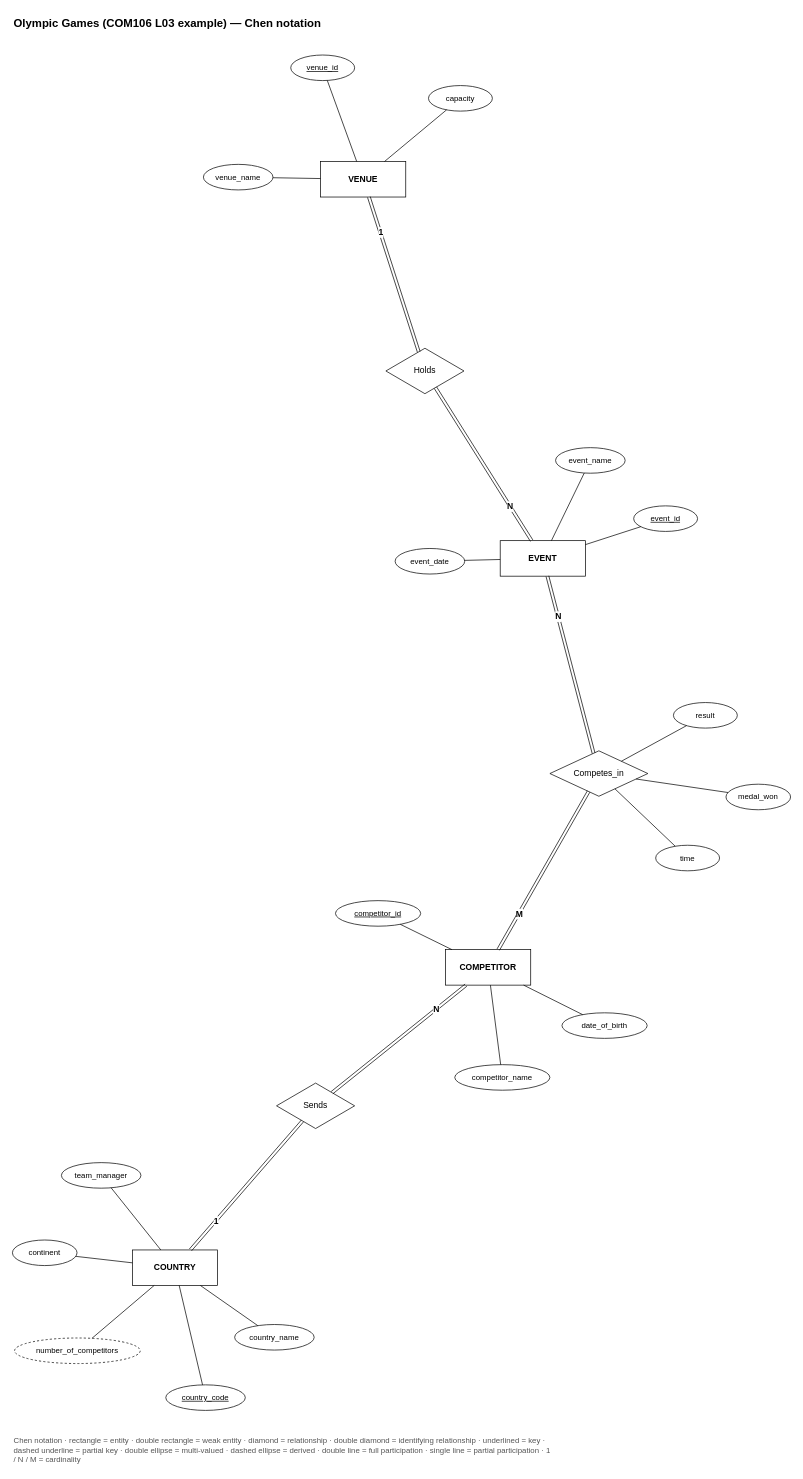
Earlier version of the draw.io diagram skills/drawio-skill/examples/erd-chen/olympics-chen.drawio (pearsekeenan23/drawio-skill). Source tidied: cells renumbered, new cells numbered last; positions are measured from the earlier drawing's top-left corner, leaving out a move shared by most shapes. Both pictures are drawn from the tidied source at 71%, with x=0, y=0 at pixel (12, 12).
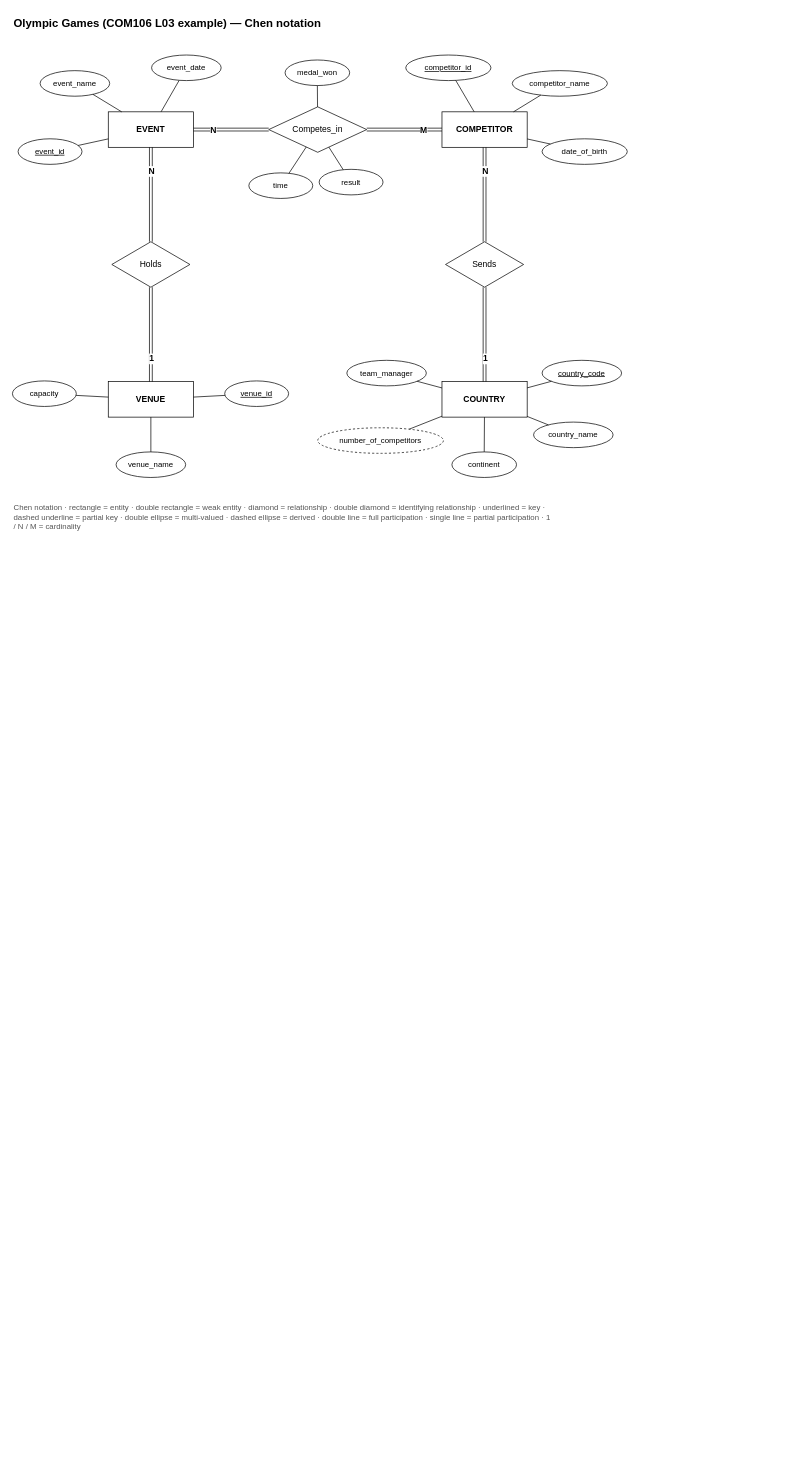
Above is the later version.

Unchanged cells that the change refers to:
```xml
<mxCell id="36" style="shape=link;html=1;rounded=0;strokeColor=#000000;" parent="1" edge="1" source="3" target="35">
  <mxGeometry relative="1" as="geometry" />
</mxCell>
<mxCell id="38" style="shape=link;html=1;rounded=0;strokeColor=#000000;" parent="1" edge="1" source="14" target="35">
  <mxGeometry relative="1" as="geometry" />
</mxCell>
<mxCell id="41" style="shape=link;html=1;rounded=0;strokeColor=#000000;" parent="1" edge="1" source="14" target="40">
  <mxGeometry relative="1" as="geometry" />
</mxCell>
<mxCell id="43" style="shape=link;html=1;rounded=0;strokeColor=#000000;" parent="1" edge="1" source="21" target="40">
  <mxGeometry relative="1" as="geometry" />
</mxCell>
<mxCell id="52" style="shape=link;html=1;rounded=0;strokeColor=#000000;" parent="1" edge="1" source="28" target="51">
  <mxGeometry relative="1" as="geometry" />
</mxCell>
<mxCell id="54" style="shape=link;html=1;rounded=0;strokeColor=#000000;" parent="1" edge="1" source="21" target="51">
  <mxGeometry relative="1" as="geometry" />
</mxCell>
```

The edit, as a diff of the source:
```diff
@@
     <mxCell id="2" value="Olympic Games (COM106 L03 example) — Chen notation" style="text;html=1;fontSize=16;fontStyle=1;align=left;verticalAlign=middle;" parent="1" vertex="1">
-      <mxGeometry width="600" height="30" as="geometry" />
+      <mxGeometry width="700" height="30" as="geometry" />
     </mxCell>
     <mxCell id="3" value="COUNTRY" style="rounded=0;whiteSpace=wrap;html=1;fontStyle=1;fillColor=#ffffff;strokeColor=#000000;" parent="1" vertex="1">
-      <mxGeometry x="169" y="1743" width="120" height="50" as="geometry" />
+      <mxGeometry x="605" y="520" width="120" height="50" as="geometry" />
     </mxCell>
-    <mxCell id="4" value="country_code" style="ellipse;whiteSpace=wrap;html=1;fillColor=#ffffff;strokeColor=#000000;fontSize=11;fontStyle=4;" parent="1" vertex="1">
-      <mxGeometry x="216" y="1933" width="112" height="36" as="geometry" />
-    </mxCell>
-    <mxCell id="5" style="endArrow=none;html=1;rounded=0;strokeColor=#000000;" parent="1" edge="1" source="3" target="4">
-      <mxGeometry relative="1" as="geometry" />
-    </mxCell>
+    <mxCell id="14" value="COMPETITOR" style="rounded=0;whiteSpace=wrap;html=1;fontStyle=1;fillColor=#ffffff;strokeColor=#000000;" parent="1" vertex="1">
+      <mxGeometry x="605" y="140" width="120" height="50" as="geometry" />
+    </mxCell>
+    <mxCell id="21" value="EVENT" style="rounded=0;whiteSpace=wrap;html=1;fontStyle=1;fillColor=#ffffff;strokeColor=#000000;" parent="1" vertex="1">
+      <mxGeometry x="135" y="140" width="120" height="50" as="geometry" />
+    </mxCell>
+    <mxCell id="28" value="VENUE" style="rounded=0;whiteSpace=wrap;html=1;fontStyle=1;fillColor=#ffffff;strokeColor=#000000;" parent="1" vertex="1">
+      <mxGeometry x="135" y="520" width="120" height="50" as="geometry" />
+    </mxCell>
+    <mxCell id="35" value="Sends" style="shape=rhombus;perimeter=rhombusPerimeter;whiteSpace=wrap;html=1;fillColor=#ffffff;strokeColor=#000000;" parent="1" vertex="1">
+      <mxGeometry x="610" y="323" width="110" height="64" as="geometry" />
+    </mxCell>
+    <mxCell id="40" value="Competes_in" style="shape=rhombus;perimeter=rhombusPerimeter;whiteSpace=wrap;html=1;fillColor=#ffffff;strokeColor=#000000;" parent="1" vertex="1">
+      <mxGeometry x="361" y="133" width="138" height="64" as="geometry" />
+    </mxCell>
+    <mxCell id="51" value="Holds" style="shape=rhombus;perimeter=rhombusPerimeter;whiteSpace=wrap;html=1;fillColor=#ffffff;strokeColor=#000000;" parent="1" vertex="1">
+      <mxGeometry x="140" y="323" width="110" height="64" as="geometry" />
+    </mxCell>
+    <mxCell id="10" value="country_code" style="ellipse;whiteSpace=wrap;html=1;fillColor=#ffffff;strokeColor=#000000;fontSize=11;fontStyle=4;" parent="1" vertex="1">
+      <mxGeometry x="746" y="490" width="112" height="36" as="geometry" />
+    </mxCell>
     <mxCell id="6" value="country_name" style="ellipse;whiteSpace=wrap;html=1;fillColor=#ffffff;strokeColor=#000000;fontSize=11;" parent="1" vertex="1">
-      <mxGeometry x="313" y="1848" width="112" height="36" as="geometry" />
+      <mxGeometry x="734" y="577" width="112" height="36" as="geometry" />
     </mxCell>
-    <mxCell id="7" style="endArrow=none;html=1;rounded=0;strokeColor=#000000;" parent="1" edge="1" source="3" target="6">
-      <mxGeometry relative="1" as="geometry" />
-    </mxCell>
-    <mxCell id="8" value="continent" style="ellipse;whiteSpace=wrap;html=1;fillColor=#ffffff;strokeColor=#000000;fontSize=11;" parent="1" vertex="1">
-      <mxGeometry y="1729" width="91" height="36" as="geometry" />
-    </mxCell>
-    <mxCell id="9" style="endArrow=none;html=1;rounded=0;strokeColor=#000000;" parent="1" edge="1" source="3" target="8">
-      <mxGeometry relative="1" as="geometry" />
-    </mxCell>
-    <mxCell id="10" value="number_of_competitors" style="ellipse;whiteSpace=wrap;html=1;fillColor=#ffffff;strokeColor=#000000;fontSize=11;dashed=1;" parent="1" vertex="1">
-      <mxGeometry x="3" y="1867" width="177" height="36" as="geometry" />
-    </mxCell>
-    <mxCell id="11" style="endArrow=none;html=1;rounded=0;strokeColor=#000000;" parent="1" edge="1" source="3" target="10">
-      <mxGeometry relative="1" as="geometry" />
-    </mxCell>
-    <mxCell id="12" value="team_manager" style="ellipse;whiteSpace=wrap;html=1;fillColor=#ffffff;strokeColor=#000000;fontSize=11;" parent="1" vertex="1">
-      <mxGeometry x="69" y="1620" width="112" height="36" as="geometry" />
+    <mxCell id="12" value="continent" style="ellipse;whiteSpace=wrap;html=1;fillColor=#ffffff;strokeColor=#000000;fontSize=11;" parent="1" vertex="1">
+      <mxGeometry x="619" y="619" width="91" height="36" as="geometry" />
     </mxCell>
-    <mxCell id="13" style="endArrow=none;html=1;rounded=0;strokeColor=#000000;" parent="1" edge="1" source="3" target="12">
-      <mxGeometry relative="1" as="geometry" />
-    </mxCell>
-    <mxCell id="14" value="COMPETITOR" style="rounded=0;whiteSpace=wrap;html=1;fontStyle=1;fillColor=#ffffff;strokeColor=#000000;" parent="1" vertex="1">
-      <mxGeometry x="610" y="1320" width="120" height="50" as="geometry" />
-    </mxCell>
+    <mxCell id="57" value="number_of_competitors" style="ellipse;whiteSpace=wrap;html=1;fillColor=#ffffff;strokeColor=#000000;fontSize=11;dashed=1;" parent="1" vertex="1">
+      <mxGeometry x="430" y="585" width="177" height="36" as="geometry" />
+    </mxCell>
+    <mxCell id="58" value="team_manager" style="ellipse;whiteSpace=wrap;html=1;fillColor=#ffffff;strokeColor=#000000;fontSize=11;" parent="1" vertex="1">
+      <mxGeometry x="471" y="490" width="112" height="36" as="geometry" />
+    </mxCell>
     <mxCell id="15" value="competitor_id" style="ellipse;whiteSpace=wrap;html=1;fillColor=#ffffff;strokeColor=#000000;fontSize=11;fontStyle=4;" parent="1" vertex="1">
-      <mxGeometry x="455" y="1251" width="120" height="36" as="geometry" />
+      <mxGeometry x="554" y="60" width="120" height="36" as="geometry" />
     </mxCell>
-    <mxCell id="16" style="endArrow=none;html=1;rounded=0;strokeColor=#000000;" parent="1" edge="1" source="14" target="15">
-      <mxGeometry relative="1" as="geometry" />
-    </mxCell>
+    <mxCell id="59" value="competitor_name" style="ellipse;whiteSpace=wrap;html=1;fillColor=#ffffff;strokeColor=#000000;fontSize=11;" parent="1" vertex="1">
+      <mxGeometry x="704" y="82" width="134" height="36" as="geometry" />
+    </mxCell>
-    <mxCell id="17" value="competitor_name" style="ellipse;whiteSpace=wrap;html=1;fillColor=#ffffff;strokeColor=#000000;fontSize=11;" parent="1" vertex="1">
-      <mxGeometry x="623" y="1482" width="134" height="36" as="geometry" />
+    <mxCell id="17" value="date_of_birth" style="ellipse;whiteSpace=wrap;html=1;fillColor=#ffffff;strokeColor=#000000;fontSize=11;" parent="1" vertex="1">
+      <mxGeometry x="746" y="178" width="120" height="36" as="geometry" />
     </mxCell>
-    <mxCell id="18" style="endArrow=none;html=1;rounded=0;strokeColor=#000000;" parent="1" edge="1" source="14" target="17">
-      <mxGeometry relative="1" as="geometry" />
-    </mxCell>
+    <mxCell id="60" value="event_id" style="ellipse;whiteSpace=wrap;html=1;fillColor=#ffffff;strokeColor=#000000;fontSize=11;fontStyle=4;" parent="1" vertex="1">
+      <mxGeometry x="8" y="178" width="90" height="36" as="geometry" />
+    </mxCell>
-    <mxCell id="19" value="date_of_birth" style="ellipse;whiteSpace=wrap;html=1;fillColor=#ffffff;strokeColor=#000000;fontSize=11;" parent="1" vertex="1">
-      <mxGeometry x="774" y="1409" width="120" height="36" as="geometry" />
+    <mxCell id="19" value="event_name" style="ellipse;whiteSpace=wrap;html=1;fillColor=#ffffff;strokeColor=#000000;fontSize=11;" parent="1" vertex="1">
+      <mxGeometry x="39" y="82" width="98" height="36" as="geometry" />
     </mxCell>
-    <mxCell id="20" style="endArrow=none;html=1;rounded=0;strokeColor=#000000;" parent="1" edge="1" source="14" target="19">
-      <mxGeometry relative="1" as="geometry" />
-    </mxCell>
-    <mxCell id="21" value="EVENT" style="rounded=0;whiteSpace=wrap;html=1;fontStyle=1;fillColor=#ffffff;strokeColor=#000000;" parent="1" vertex="1">
-      <mxGeometry x="687" y="744" width="120" height="50" as="geometry" />
-    </mxCell>
+    <mxCell id="61" value="event_date" style="ellipse;whiteSpace=wrap;html=1;fillColor=#ffffff;strokeColor=#000000;fontSize=11;" parent="1" vertex="1">
+      <mxGeometry x="196" y="60" width="98" height="36" as="geometry" />
+    </mxCell>
+    <mxCell id="29" value="venue_id" style="ellipse;whiteSpace=wrap;html=1;fillColor=#ffffff;strokeColor=#000000;fontSize=11;fontStyle=4;" parent="1" vertex="1">
+      <mxGeometry x="299" y="519" width="90" height="36" as="geometry" />
+    </mxCell>
-    <mxCell id="22" value="event_id" style="ellipse;whiteSpace=wrap;html=1;fillColor=#ffffff;strokeColor=#000000;fontSize=11;fontStyle=4;" parent="1" vertex="1">
-      <mxGeometry x="875" y="695" width="90" height="36" as="geometry" />
+    <mxCell id="22" value="venue_name" style="ellipse;whiteSpace=wrap;html=1;fillColor=#ffffff;strokeColor=#000000;fontSize=11;" parent="1" vertex="1">
+      <mxGeometry x="146" y="619" width="98" height="36" as="geometry" />
     </mxCell>
-    <mxCell id="23" style="endArrow=none;html=1;rounded=0;strokeColor=#000000;" parent="1" edge="1" source="21" target="22">
-      <mxGeometry relative="1" as="geometry" />
-    </mxCell>
+    <mxCell id="33" value="capacity" style="ellipse;whiteSpace=wrap;html=1;fillColor=#ffffff;strokeColor=#000000;fontSize=11;" parent="1" vertex="1">
+      <mxGeometry y="519" width="90" height="36" as="geometry" />
+    </mxCell>
-    <mxCell id="24" value="event_name" style="ellipse;whiteSpace=wrap;html=1;fillColor=#ffffff;strokeColor=#000000;fontSize=11;" parent="1" vertex="1">
-      <mxGeometry x="765" y="613" width="98" height="36" as="geometry" />
+    <mxCell id="24" value="result" style="ellipse;whiteSpace=wrap;html=1;fillColor=#ffffff;strokeColor=#000000;fontSize=11;" parent="1" vertex="1">
+      <mxGeometry x="432" y="221" width="90" height="36" as="geometry" />
     </mxCell>
-    <mxCell id="25" style="endArrow=none;html=1;rounded=0;strokeColor=#000000;" parent="1" edge="1" source="21" target="24">
-      <mxGeometry relative="1" as="geometry" />
-    </mxCell>
+    <mxCell id="47" value="time" style="ellipse;whiteSpace=wrap;html=1;fillColor=#ffffff;strokeColor=#000000;fontSize=11;" parent="1" vertex="1">
+      <mxGeometry x="333" y="226" width="90" height="36" as="geometry" />
+    </mxCell>
-    <mxCell id="26" value="event_date" style="ellipse;whiteSpace=wrap;html=1;fillColor=#ffffff;strokeColor=#000000;fontSize=11;" parent="1" vertex="1">
-      <mxGeometry x="539" y="755" width="98" height="36" as="geometry" />
+    <mxCell id="26" value="medal_won" style="ellipse;whiteSpace=wrap;html=1;fillColor=#ffffff;strokeColor=#000000;fontSize=11;" parent="1" vertex="1">
+      <mxGeometry x="384" y="67" width="91" height="36" as="geometry" />
     </mxCell>
-    <mxCell id="27" style="endArrow=none;html=1;rounded=0;strokeColor=#000000;" parent="1" edge="1" source="21" target="26">
+    <mxCell id="27" style="endArrow=none;html=1;rounded=0;strokeColor=#000000;" parent="1" edge="1" source="3" target="10">
       <mxGeometry relative="1" as="geometry" />
     </mxCell>
-    <mxCell id="28" value="VENUE" style="rounded=0;whiteSpace=wrap;html=1;fontStyle=1;fillColor=#ffffff;strokeColor=#000000;" parent="1" vertex="1">
-      <mxGeometry x="434" y="210" width="120" height="50" as="geometry" />
-    </mxCell>
-    <mxCell id="29" value="venue_id" style="ellipse;whiteSpace=wrap;html=1;fillColor=#ffffff;strokeColor=#000000;fontSize=11;fontStyle=4;" parent="1" vertex="1">
-      <mxGeometry x="392" y="60" width="90" height="36" as="geometry" />
-    </mxCell>
+    <mxCell id="7" style="endArrow=none;html=1;rounded=0;strokeColor=#000000;" parent="1" edge="1" source="3" target="6">
+      <mxGeometry relative="1" as="geometry" />
+    </mxCell>
+    <mxCell id="13" style="endArrow=none;html=1;rounded=0;strokeColor=#000000;" parent="1" edge="1" source="3" target="12">
+      <mxGeometry relative="1" as="geometry" />
+    </mxCell>
-    <mxCell id="30" style="endArrow=none;html=1;rounded=0;strokeColor=#000000;" parent="1" edge="1" source="28" target="29">
+    <mxCell id="30" style="endArrow=none;html=1;rounded=0;strokeColor=#000000;" parent="1" edge="1" source="3" target="57">
       <mxGeometry relative="1" as="geometry" />
     </mxCell>
-    <mxCell id="31" value="venue_name" style="ellipse;whiteSpace=wrap;html=1;fillColor=#ffffff;strokeColor=#000000;fontSize=11;" parent="1" vertex="1">
-      <mxGeometry x="269" y="214" width="98" height="36" as="geometry" />
-    </mxCell>
+    <mxCell id="62" style="endArrow=none;html=1;rounded=0;strokeColor=#000000;" parent="1" edge="1" source="3" target="58">
+      <mxGeometry relative="1" as="geometry" />
+    </mxCell>
-    <mxCell id="32" style="endArrow=none;html=1;rounded=0;strokeColor=#000000;" parent="1" edge="1" source="28" target="31">
+    <mxCell id="32" style="endArrow=none;html=1;rounded=0;strokeColor=#000000;" parent="1" edge="1" source="14" target="15">
       <mxGeometry relative="1" as="geometry" />
     </mxCell>
-    <mxCell id="33" value="capacity" style="ellipse;whiteSpace=wrap;html=1;fillColor=#ffffff;strokeColor=#000000;fontSize=11;" parent="1" vertex="1">
-      <mxGeometry x="586" y="103" width="90" height="36" as="geometry" />
-    </mxCell>
+    <mxCell id="63" style="endArrow=none;html=1;rounded=0;strokeColor=#000000;" parent="1" edge="1" source="14" target="59">
+      <mxGeometry relative="1" as="geometry" />
+    </mxCell>
-    <mxCell id="34" style="endArrow=none;html=1;rounded=0;strokeColor=#000000;" parent="1" edge="1" source="28" target="33">
+    <mxCell id="34" style="endArrow=none;html=1;rounded=0;strokeColor=#000000;" parent="1" edge="1" source="14" target="17">
       <mxGeometry relative="1" as="geometry" />
     </mxCell>
-    <mxCell id="35" value="Sends" style="shape=rhombus;perimeter=rhombusPerimeter;whiteSpace=wrap;html=1;fillColor=#ffffff;strokeColor=#000000;" parent="1" vertex="1">
-      <mxGeometry x="372" y="1508" width="110" height="64" as="geometry" />
-    </mxCell>
+    <mxCell id="64" style="endArrow=none;html=1;rounded=0;strokeColor=#000000;" parent="1" edge="1" source="21" target="60">
+      <mxGeometry relative="1" as="geometry" />
+    </mxCell>
+    <mxCell id="65" style="endArrow=none;html=1;rounded=0;strokeColor=#000000;" parent="1" edge="1" source="21" target="19">
+      <mxGeometry relative="1" as="geometry" />
+    </mxCell>
+    <mxCell id="66" style="endArrow=none;html=1;rounded=0;strokeColor=#000000;" parent="1" edge="1" source="21" target="61">
+      <mxGeometry relative="1" as="geometry" />
+    </mxCell>
+    <mxCell id="67" style="endArrow=none;html=1;rounded=0;strokeColor=#000000;" parent="1" edge="1" source="28" target="29">
+      <mxGeometry relative="1" as="geometry" />
+    </mxCell>
+    <mxCell id="68" style="endArrow=none;html=1;rounded=0;strokeColor=#000000;" parent="1" edge="1" source="28" target="22">
+      <mxGeometry relative="1" as="geometry" />
+    </mxCell>
+    <mxCell id="69" style="endArrow=none;html=1;rounded=0;strokeColor=#000000;" parent="1" edge="1" source="28" target="33">
+      <mxGeometry relative="1" as="geometry" />
+    </mxCell>
+    <mxCell id="70" style="endArrow=none;html=1;rounded=0;strokeColor=#000000;" parent="1" edge="1" source="40" target="24">
+      <mxGeometry relative="1" as="geometry" />
+    </mxCell>
+    <mxCell id="48" style="endArrow=none;html=1;rounded=0;strokeColor=#000000;" parent="1" edge="1" source="40" target="47">
+      <mxGeometry relative="1" as="geometry" />
+    </mxCell>
+    <mxCell id="71" style="endArrow=none;html=1;rounded=0;strokeColor=#000000;" parent="1" edge="1" source="40" target="26">
+      <mxGeometry relative="1" as="geometry" />
+    </mxCell>
@@
     <mxCell id="37" value="1" style="edgeLabel;html=1;align=center;verticalAlign=middle;fontStyle=1;fontSize=12;labelBackgroundColor=#ffffff;" parent="36" vertex="1">
-      <mxGeometry x="-0.55" relative="1" as="geometry" />
+      <mxGeometry x="-0.5" relative="1" as="geometry" />
     </mxCell>
@@
-    <mxCell id="39" value="N" style="edgeLabel;html=1;align=center;verticalAlign=middle;fontStyle=1;fontSize=12;labelBackgroundColor=#ffffff;" parent="38" vertex="1">
-      <mxGeometry x="-0.55" relative="1" as="geometry" />
-    </mxCell>
-    <mxCell id="40" value="Competes_in" style="shape=rhombus;perimeter=rhombusPerimeter;whiteSpace=wrap;html=1;fillColor=#ffffff;strokeColor=#000000;" parent="1" vertex="1">
-      <mxGeometry x="757" y="1040" width="138" height="64" as="geometry" />
-    </mxCell>
+    <mxCell id="72" value="N" style="edgeLabel;html=1;align=center;verticalAlign=middle;fontStyle=1;fontSize=12;labelBackgroundColor=#ffffff;" parent="38" vertex="1">
+      <mxGeometry x="-0.5" relative="1" as="geometry" />
+    </mxCell>
@@
     <mxCell id="42" value="M" style="edgeLabel;html=1;align=center;verticalAlign=middle;fontStyle=1;fontSize=12;labelBackgroundColor=#ffffff;" parent="41" vertex="1">
-      <mxGeometry x="-0.55" relative="1" as="geometry" />
+      <mxGeometry x="-0.5" relative="1" as="geometry" />
     </mxCell>
@@
-    <mxCell id="44" value="N" style="edgeLabel;html=1;align=center;verticalAlign=middle;fontStyle=1;fontSize=12;labelBackgroundColor=#ffffff;" parent="43" vertex="1">
-      <mxGeometry x="-0.55" relative="1" as="geometry" />
-    </mxCell>
-    <mxCell id="45" value="result" style="ellipse;whiteSpace=wrap;html=1;fillColor=#ffffff;strokeColor=#000000;fontSize=11;" parent="1" vertex="1">
-      <mxGeometry x="931" y="972" width="90" height="36" as="geometry" />
-    </mxCell>
-    <mxCell id="46" style="endArrow=none;html=1;rounded=0;strokeColor=#000000;" parent="1" edge="1" source="40" target="45">
-      <mxGeometry relative="1" as="geometry" />
-    </mxCell>
-    <mxCell id="47" value="time" style="ellipse;whiteSpace=wrap;html=1;fillColor=#ffffff;strokeColor=#000000;fontSize=11;" parent="1" vertex="1">
-      <mxGeometry x="906" y="1173" width="90" height="36" as="geometry" />
-    </mxCell>
-    <mxCell id="48" style="endArrow=none;html=1;rounded=0;strokeColor=#000000;" parent="1" edge="1" source="40" target="47">
-      <mxGeometry relative="1" as="geometry" />
-    </mxCell>
-    <mxCell id="49" value="medal_won" style="ellipse;whiteSpace=wrap;html=1;fillColor=#ffffff;strokeColor=#000000;fontSize=11;" parent="1" vertex="1">
-      <mxGeometry x="1005" y="1087" width="91" height="36" as="geometry" />
-    </mxCell>
-    <mxCell id="50" style="endArrow=none;html=1;rounded=0;strokeColor=#000000;" parent="1" edge="1" source="40" target="49">
-      <mxGeometry relative="1" as="geometry" />
-    </mxCell>
-    <mxCell id="51" value="Holds" style="shape=rhombus;perimeter=rhombusPerimeter;whiteSpace=wrap;html=1;fillColor=#ffffff;strokeColor=#000000;" parent="1" vertex="1">
-      <mxGeometry x="526" y="473" width="110" height="64" as="geometry" />
-    </mxCell>
+    <mxCell id="73" value="N" style="edgeLabel;html=1;align=center;verticalAlign=middle;fontStyle=1;fontSize=12;labelBackgroundColor=#ffffff;" parent="43" vertex="1">
+      <mxGeometry x="-0.5" relative="1" as="geometry" />
+    </mxCell>
@@
     <mxCell id="53" value="1" style="edgeLabel;html=1;align=center;verticalAlign=middle;fontStyle=1;fontSize=12;labelBackgroundColor=#ffffff;" parent="52" vertex="1">
-      <mxGeometry x="-0.55" relative="1" as="geometry" />
+      <mxGeometry x="-0.5" relative="1" as="geometry" />
     </mxCell>
@@
     <mxCell id="55" value="N" style="edgeLabel;html=1;align=center;verticalAlign=middle;fontStyle=1;fontSize=12;labelBackgroundColor=#ffffff;" parent="54" vertex="1">
-      <mxGeometry x="-0.55" relative="1" as="geometry" />
+      <mxGeometry x="-0.5" relative="1" as="geometry" />
     </mxCell>
     <mxCell id="56" value="Chen notation · rectangle = entity · double rectangle = weak entity · diamond = relationship · double diamond = identifying relationship · underlined = key · dashed underline = partial key · double ellipse = multi-valued · dashed ellipse = derived · double line = full participation · single line = partial participation · 1 / N / M = cardinality" style="text;html=1;fontSize=11;align=left;verticalAlign=top;fontColor=#555555;whiteSpace=wrap;" parent="1" vertex="1">
-      <mxGeometry y="1999" width="760" height="50" as="geometry" />
+      <mxGeometry y="685" width="760" height="50" as="geometry" />
     </mxCell>
```
